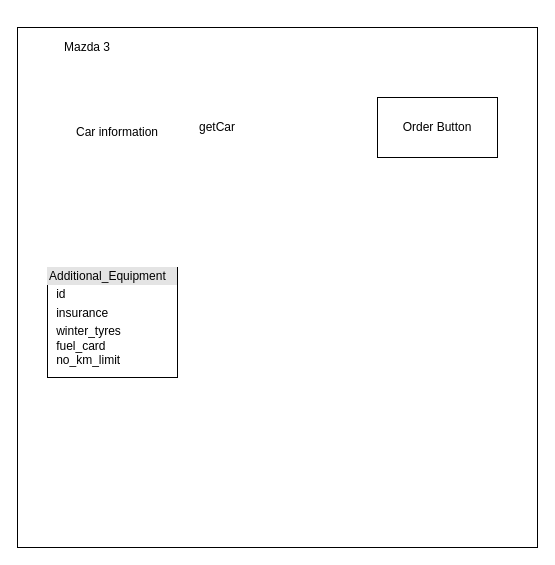
Before: page "CarPage" (2 of 11) of Untitled Diagram.drawio in sebek9/projectBackend, a draw.io diagram. Source tidied: cells renumbered, new cells numbered last; positions are measured from the earlier drawing's top-left corner, leaving out a move shared by most shapes. Both pictures are drawn from the tidied source at 100%, with x=0, y=0 at pixel (17, 27).
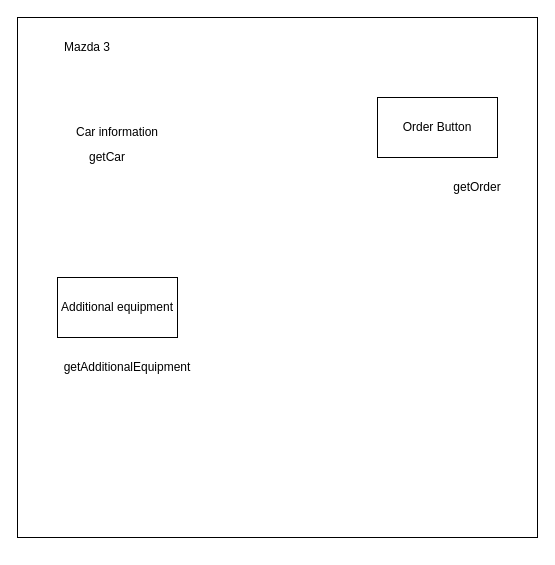
After the change.

The edit, as a diff of the source:
```diff
@@
 <mxGraphModel>
   <root>
     <mxCell id="0" />
     <mxCell id="1" parent="0" />
     <mxCell id="2" style="whiteSpace=wrap;html=1;" parent="1" vertex="1">
-      <mxGeometry width="520" height="520" as="geometry" />
+      <mxGeometry y="-10" width="520" height="520" as="geometry" />
     </mxCell>
     <mxCell id="3" value="Mazda 3" style="text;html=1;strokeColor=none;fillColor=none;align=center;verticalAlign=middle;whiteSpace=wrap;rounded=0;" parent="1" vertex="1">
       <mxGeometry x="40" y="10" width="60" height="20" as="geometry" />
     </mxCell>
-    <mxCell id="4" value="&lt;div style=&quot;box-sizing: border-box ; width: 100% ; background: #e4e4e4 ; padding: 2px&quot;&gt;Additional_Equipment&lt;/div&gt;&lt;table style=&quot;width: 100% ; font-size: 1em&quot; cellpadding=&quot;2&quot; cellspacing=&quot;0&quot;&gt;&lt;tbody&gt;&lt;tr&gt;&lt;td&gt;&lt;br&gt;&lt;/td&gt;&lt;td&gt;id&lt;/td&gt;&lt;/tr&gt;&lt;tr&gt;&lt;td&gt;&lt;br&gt;&lt;/td&gt;&lt;td&gt;insurance&lt;/td&gt;&lt;/tr&gt;&lt;tr&gt;&lt;td&gt;&lt;/td&gt;&lt;td&gt;winter_tyres&lt;br&gt;fuel_card&lt;br&gt;no_km_limit&lt;/td&gt;&lt;/tr&gt;&lt;/tbody&gt;&lt;/table&gt;" style="verticalAlign=top;align=left;overflow=fill;html=1;" parent="1" vertex="1">
-      <mxGeometry x="30" y="240" width="130" height="110" as="geometry" />
-    </mxCell>
     <mxCell id="5" value="getCar" style="text;html=1;strokeColor=none;fillColor=none;align=center;verticalAlign=middle;whiteSpace=wrap;rounded=0;" parent="1" vertex="1">
-      <mxGeometry x="180" y="90" width="40" height="20" as="geometry" />
+      <mxGeometry x="70" y="120" width="40" height="20" as="geometry" />
     </mxCell>
     <mxCell id="6" value="Order Button" style="rounded=0;whiteSpace=wrap;html=1;" parent="1" vertex="1">
       <mxGeometry x="360" y="70" width="120" height="60" as="geometry" />
     </mxCell>
     <mxCell id="7" value="Car information" style="text;html=1;strokeColor=none;fillColor=none;align=center;verticalAlign=middle;whiteSpace=wrap;rounded=0;" parent="1" vertex="1">
       <mxGeometry x="20" y="70" width="160" height="70" as="geometry" />
     </mxCell>
+    <mxCell id="8" value="Additional equipment" style="rounded=0;whiteSpace=wrap;html=1;" parent="1" vertex="1">
+      <mxGeometry x="40" y="250" width="120" height="60" as="geometry" />
+    </mxCell>
+    <mxCell id="9" value="getAdditionalEquipment" style="text;html=1;strokeColor=none;fillColor=none;align=center;verticalAlign=middle;whiteSpace=wrap;rounded=0;" parent="1" vertex="1">
+      <mxGeometry x="50" y="330" width="120" height="20" as="geometry" />
+    </mxCell>
+    <mxCell id="10" value="getOrder" style="text;html=1;strokeColor=none;fillColor=none;align=center;verticalAlign=middle;whiteSpace=wrap;rounded=0;" parent="1" vertex="1">
+      <mxGeometry x="400" y="150" width="120" height="20" as="geometry" />
+    </mxCell>
   </root>
 </mxGraphModel>
```
